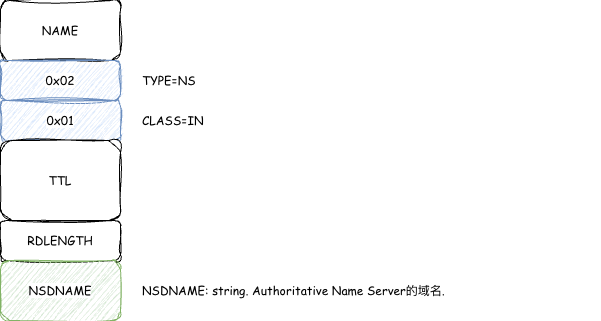
This is source/_posts/DNSScheme/ns.png from theo1893/theo1893.github.io, a draw.io export, as it was before one commit. Source tidied: cells renumbered, new cells last; positions are measured from the earlier drawing's top-left corner, leaving out a move shared by most shapes.
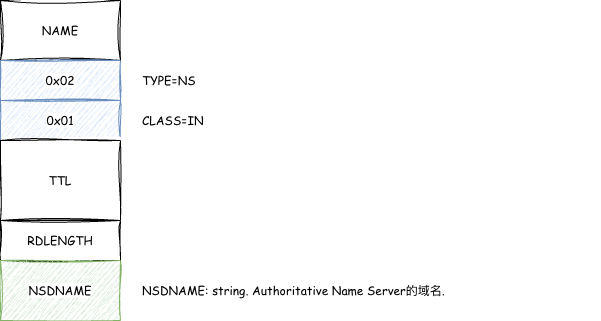
The same file after the commit.

What changed in the source:
```diff
@@ -2,22 +2,22 @@
   <root>
     <mxCell id="0" />
     <mxCell id="1" parent="0" />
-    <mxCell id="2" value="NAME" style="rounded=1;whiteSpace=wrap;html=1;sketch=1;jiggle=2;curveFitting=1;strokeColor=default;align=center;verticalAlign=middle;fontFamily=Comic Sans MS;fontSize=12;fontColor=default;labelBackgroundColor=default;fillColor=default;" parent="1" vertex="1">
+    <mxCell id="2" value="NAME" style="rounded=0;whiteSpace=wrap;html=1;sketch=1;jiggle=2;curveFitting=1;strokeColor=default;align=center;verticalAlign=middle;fontFamily=Comic Sans MS;fontSize=12;fontColor=default;labelBackgroundColor=default;fillColor=default;" parent="1" vertex="1">
       <mxGeometry width="120" height="60" as="geometry" />
     </mxCell>
-    <mxCell id="3" value="0x02" style="rounded=1;whiteSpace=wrap;html=1;sketch=1;jiggle=2;curveFitting=1;strokeColor=#6c8ebf;align=center;verticalAlign=middle;fontFamily=Comic Sans MS;fontSize=12;labelBackgroundColor=default;fillColor=#dae8fc;" parent="1" vertex="1">
+    <mxCell id="3" value="0x02" style="rounded=0;whiteSpace=wrap;html=1;sketch=1;jiggle=2;curveFitting=1;strokeColor=#6c8ebf;align=center;verticalAlign=middle;fontFamily=Comic Sans MS;fontSize=12;labelBackgroundColor=default;fillColor=#dae8fc;" parent="1" vertex="1">
       <mxGeometry y="60" width="120" height="40" as="geometry" />
     </mxCell>
-    <mxCell id="4" value="0x01" style="rounded=1;whiteSpace=wrap;html=1;sketch=1;jiggle=2;curveFitting=1;strokeColor=#6c8ebf;align=center;verticalAlign=middle;fontFamily=Comic Sans MS;fontSize=12;labelBackgroundColor=default;fillColor=#dae8fc;" parent="1" vertex="1">
+    <mxCell id="4" value="0x01" style="rounded=0;whiteSpace=wrap;html=1;sketch=1;jiggle=2;curveFitting=1;strokeColor=#6c8ebf;align=center;verticalAlign=middle;fontFamily=Comic Sans MS;fontSize=12;labelBackgroundColor=default;fillColor=#dae8fc;" parent="1" vertex="1">
       <mxGeometry y="100" width="120" height="40" as="geometry" />
     </mxCell>
-    <mxCell id="5" value="TTL" style="rounded=1;whiteSpace=wrap;html=1;sketch=1;jiggle=2;curveFitting=1;strokeColor=default;align=center;verticalAlign=middle;fontFamily=Comic Sans MS;fontSize=12;fontColor=default;labelBackgroundColor=default;fillColor=default;" parent="1" vertex="1">
+    <mxCell id="5" value="TTL" style="rounded=0;whiteSpace=wrap;html=1;sketch=1;jiggle=2;curveFitting=1;strokeColor=default;align=center;verticalAlign=middle;fontFamily=Comic Sans MS;fontSize=12;fontColor=default;labelBackgroundColor=default;fillColor=default;" parent="1" vertex="1">
       <mxGeometry y="140" width="120" height="80" as="geometry" />
     </mxCell>
-    <mxCell id="6" value="RDLENGTH" style="rounded=1;whiteSpace=wrap;html=1;sketch=1;jiggle=2;curveFitting=1;strokeColor=default;align=center;verticalAlign=middle;fontFamily=Comic Sans MS;fontSize=12;fontColor=default;labelBackgroundColor=default;fillColor=default;" parent="1" vertex="1">
+    <mxCell id="6" value="RDLENGTH" style="rounded=0;whiteSpace=wrap;html=1;sketch=1;jiggle=2;curveFitting=1;strokeColor=default;align=center;verticalAlign=middle;fontFamily=Comic Sans MS;fontSize=12;fontColor=default;labelBackgroundColor=default;fillColor=default;" parent="1" vertex="1">
       <mxGeometry y="220" width="120" height="40" as="geometry" />
     </mxCell>
-    <mxCell id="7" value="NSDNAME" style="rounded=1;whiteSpace=wrap;html=1;sketch=1;jiggle=2;curveFitting=1;strokeColor=#82b366;align=center;verticalAlign=middle;fontFamily=Comic Sans MS;fontSize=12;labelBackgroundColor=default;fillColor=#d5e8d4;" parent="1" vertex="1">
+    <mxCell id="7" value="NSDNAME" style="rounded=0;whiteSpace=wrap;html=1;sketch=1;jiggle=2;curveFitting=1;strokeColor=#82b366;align=center;verticalAlign=middle;fontFamily=Comic Sans MS;fontSize=12;labelBackgroundColor=default;fillColor=#d5e8d4;" parent="1" vertex="1">
       <mxGeometry y="260" width="120" height="60" as="geometry" />
     </mxCell>
     <mxCell id="8" value="NSDNAME: string. Authoritative Name Server的域名." style="text;html=1;whiteSpace=wrap;strokeColor=none;fillColor=none;align=left;verticalAlign=middle;rounded=0;fontFamily=Comic Sans MS;fontSize=12;fontColor=default;labelBackgroundColor=default;" parent="1" vertex="1">
```
